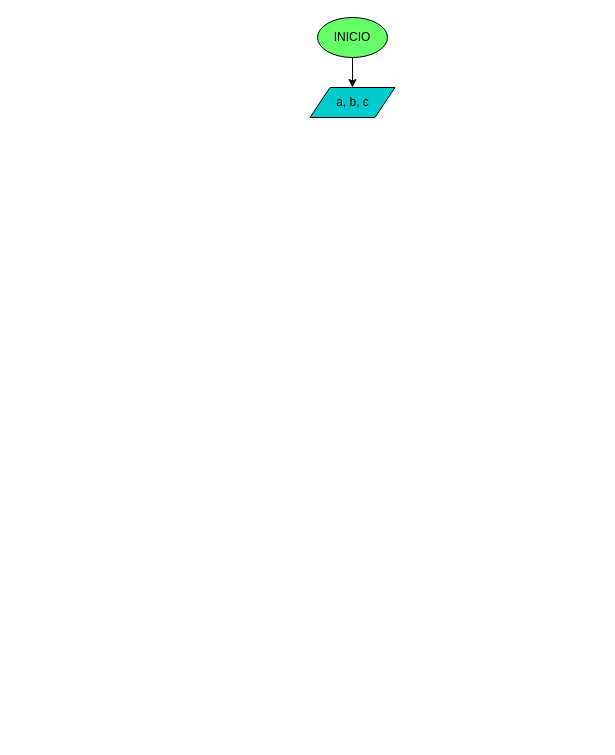
Earlier version of the draw.io diagram diagrama.drawio (sistemas-colegio-guanenta/quiz-condicionales-karenamrocho15). Source tidied: cells renumbered, new cells numbered last; positions are measured from the earlier drawing's top-left corner, leaving out a move shared by most shapes. Both pictures are drawn from the tidied source at 100%, with x=0, y=0 at pixel (309, 17).
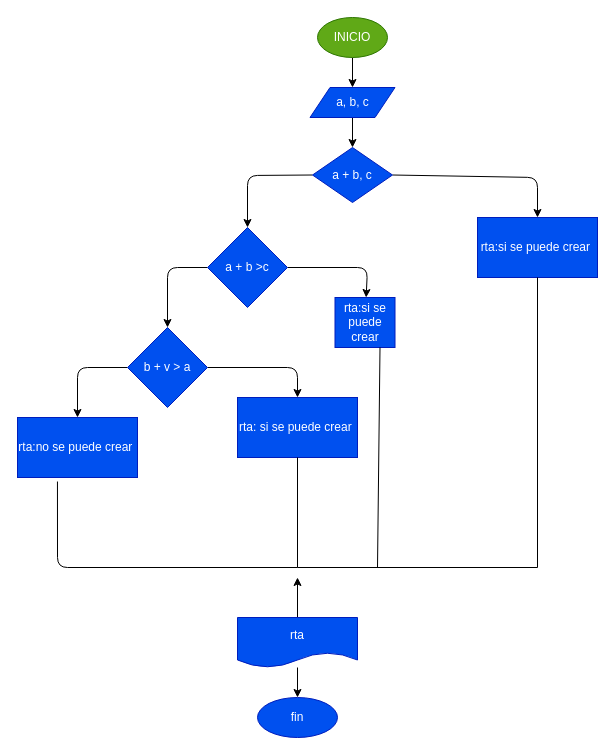
After the change.

Diff of the diagram source:
```diff
@@
-    <mxCell id="3" value="INICIO" style="ellipse;whiteSpace=wrap;html=1;fillColor=#66FF66;" parent="1" vertex="1">
+    <mxCell id="3" value="INICIO" style="ellipse;whiteSpace=wrap;html=1;fillColor=#60a917;fontColor=#ffffff;strokeColor=#2D7600;" parent="1" vertex="1">
       <mxGeometry x="8" width="70" height="40" as="geometry" />
     </mxCell>
+    <mxCell id="5" style="edgeStyle=none;html=1;" parent="1" edge="1" source="4" target="8">
+      <mxGeometry relative="1" as="geometry" />
+    </mxCell>
-    <mxCell id="4" value="a, b, c" style="shape=parallelogram;perimeter=parallelogramPerimeter;whiteSpace=wrap;html=1;fixedSize=1;fillColor=#00CCCC;" parent="1" vertex="1">
+    <mxCell id="4" value="a, b, c" style="shape=parallelogram;perimeter=parallelogramPerimeter;whiteSpace=wrap;html=1;fixedSize=1;fillColor=#0050ef;fontColor=#ffffff;strokeColor=#001DBC;" parent="1" vertex="1">
       <mxGeometry x="0.5" y="70" width="85" height="30" as="geometry" />
     </mxCell>
+    <mxCell id="6" style="edgeStyle=none;html=1;exitX=0;exitY=0.5;exitDx=0;exitDy=0;" parent="1" edge="1" source="8" target="11">
+      <mxGeometry relative="1" as="geometry">
+        <Array as="points">
+          <mxPoint x="-62" y="158" />
+        </Array>
+      </mxGeometry>
+    </mxCell>
+    <mxCell id="7" style="edgeStyle=none;html=1;exitX=1;exitY=0.5;exitDx=0;exitDy=0;" parent="1" edge="1" source="8" target="12">
+      <mxGeometry relative="1" as="geometry">
+        <Array as="points">
+          <mxPoint x="228" y="160" />
+        </Array>
+      </mxGeometry>
+    </mxCell>
+    <mxCell id="8" value="a + b, c" style="rhombus;whiteSpace=wrap;html=1;fillColor=#0050ef;strokeColor=#001DBC;fontColor=#ffffff;" parent="1" vertex="1">
+      <mxGeometry x="3" y="130" width="80" height="55" as="geometry" />
+    </mxCell>
+    <mxCell id="9" style="edgeStyle=none;html=1;exitX=1;exitY=0.5;exitDx=0;exitDy=0;" parent="1" edge="1" source="11" target="13">
+      <mxGeometry relative="1" as="geometry">
+        <Array as="points">
+          <mxPoint x="58" y="250" />
+        </Array>
+      </mxGeometry>
+    </mxCell>
+    <mxCell id="10" style="edgeStyle=none;html=1;exitX=0;exitY=0.5;exitDx=0;exitDy=0;" parent="1" edge="1" source="11" target="16">
+      <mxGeometry relative="1" as="geometry">
+        <Array as="points">
+          <mxPoint x="-142" y="250" />
+        </Array>
+      </mxGeometry>
+    </mxCell>
+    <mxCell id="11" value="a + b &amp;gt;c" style="rhombus;whiteSpace=wrap;html=1;fillColor=#0050ef;strokeColor=#001DBC;fontColor=#ffffff;" parent="1" vertex="1">
+      <mxGeometry x="-102" y="210" width="80" height="80" as="geometry" />
+    </mxCell>
+    <mxCell id="12" value="rta:si se puede crear&amp;nbsp;" style="whiteSpace=wrap;html=1;fillColor=#0050ef;strokeColor=#001DBC;fontColor=#ffffff;" parent="1" vertex="1">
+      <mxGeometry x="168" y="200" width="120" height="60" as="geometry" />
+    </mxCell>
+    <mxCell id="13" value="rta:si se puede crear" style="whiteSpace=wrap;html=1;fillColor=#0050ef;strokeColor=#001DBC;fontColor=#ffffff;" parent="1" vertex="1">
+      <mxGeometry x="25.5" y="280" width="60" height="50" as="geometry" />
+    </mxCell>
+    <mxCell id="14" style="edgeStyle=none;html=1;exitX=0;exitY=0.5;exitDx=0;exitDy=0;" parent="1" edge="1" source="16" target="17">
+      <mxGeometry relative="1" as="geometry">
+        <Array as="points">
+          <mxPoint x="-232" y="350" />
+        </Array>
+      </mxGeometry>
+    </mxCell>
+    <mxCell id="15" style="edgeStyle=none;html=1;exitX=1;exitY=0.5;exitDx=0;exitDy=0;" parent="1" edge="1" source="16" target="18">
+      <mxGeometry relative="1" as="geometry">
+        <Array as="points">
+          <mxPoint x="-12" y="350" />
+        </Array>
+      </mxGeometry>
+    </mxCell>
+    <mxCell id="16" value="b + v &amp;gt; a" style="rhombus;whiteSpace=wrap;html=1;fillColor=#0050ef;strokeColor=#001DBC;fontColor=#ffffff;" parent="1" vertex="1">
+      <mxGeometry x="-182" y="310" width="80" height="80" as="geometry" />
+    </mxCell>
+    <mxCell id="17" value="rta:no se puede crear&amp;nbsp;" style="whiteSpace=wrap;html=1;fillColor=#0050ef;strokeColor=#001DBC;fontColor=#ffffff;" parent="1" vertex="1">
+      <mxGeometry x="-292" y="400" width="120" height="60" as="geometry" />
+    </mxCell>
+    <mxCell id="18" value="rta: si se puede crear&amp;nbsp;" style="whiteSpace=wrap;html=1;fillColor=#0050ef;strokeColor=#001DBC;fontColor=#ffffff;" parent="1" vertex="1">
+      <mxGeometry x="-72" y="380" width="120" height="60" as="geometry" />
+    </mxCell>
+    <mxCell id="19" style="endArrow=none;html=1;entryX=0.5;entryY=1;entryDx=0;entryDy=0;" parent="1" edge="1" target="12">
+      <mxGeometry relative="1" as="geometry">
+        <mxPoint x="228" y="550" as="sourcePoint" />
+      </mxGeometry>
+    </mxCell>
+    <mxCell id="20" style="endArrow=none;html=1;entryX=0.75;entryY=1;entryDx=0;entryDy=0;" parent="1" edge="1" target="13">
+      <mxGeometry relative="1" as="geometry">
+        <mxPoint x="68" y="550" as="sourcePoint" />
+      </mxGeometry>
+    </mxCell>
+    <mxCell id="21" style="endArrow=none;html=1;exitX=0.333;exitY=1.067;exitDx=0;exitDy=0;exitPerimeter=0;" parent="1" edge="1" source="17">
+      <mxGeometry relative="1" as="geometry">
+        <mxPoint x="-12" y="550" as="targetPoint" />
+        <Array as="points">
+          <mxPoint x="-252" y="550" />
+        </Array>
+      </mxGeometry>
+    </mxCell>
+    <mxCell id="22" style="endArrow=none;html=1;entryX=0.5;entryY=1;entryDx=0;entryDy=0;" parent="1" edge="1" target="18">
+      <mxGeometry relative="1" as="geometry">
+        <mxPoint x="-12" y="550" as="sourcePoint" />
+      </mxGeometry>
+    </mxCell>
+    <mxCell id="23" style="endArrow=none;html=1;" parent="1" edge="1">
+      <mxGeometry relative="1" as="geometry">
+        <mxPoint x="-12" y="550" as="sourcePoint" />
+        <mxPoint x="228" y="550" as="targetPoint" />
+      </mxGeometry>
+    </mxCell>
+    <mxCell id="24" style="endArrow=none;html=1;" parent="1" edge="1" target="27">
+      <mxGeometry relative="1" as="geometry">
+        <mxPoint x="-12" y="610" as="sourcePoint" />
+      </mxGeometry>
+    </mxCell>
+    <mxCell id="25" style="edgeStyle=none;html=1;" parent="1" edge="1" source="27">
+      <mxGeometry relative="1" as="geometry">
+        <mxPoint x="-12" y="560" as="targetPoint" />
+      </mxGeometry>
+    </mxCell>
+    <mxCell id="26" style="edgeStyle=none;html=1;" parent="1" edge="1" source="27" target="28">
+      <mxGeometry relative="1" as="geometry" />
+    </mxCell>
+    <mxCell id="27" value="rta" style="shape=document;whiteSpace=wrap;html=1;boundedLbl=1;fillColor=#0050ef;fontColor=#ffffff;strokeColor=#001DBC;" parent="1" vertex="1">
+      <mxGeometry x="-72" y="600" width="120" height="50" as="geometry" />
+    </mxCell>
+    <mxCell id="28" value="fin" style="ellipse;whiteSpace=wrap;html=1;fillColor=#0050ef;fontColor=#ffffff;strokeColor=#001DBC;" parent="1" vertex="1">
+      <mxGeometry x="-52" y="680" width="80" height="40" as="geometry" />
+    </mxCell>
```
